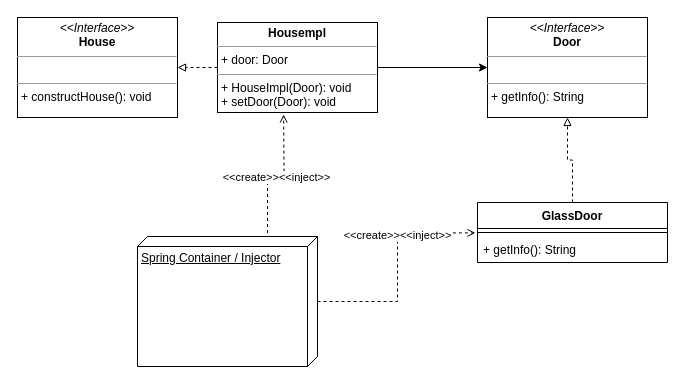
The draw.io diagram src/main/resources/uml/ClassDiagram.drawio in jayanigerine/dependency-injection, before the edit. Source tidied: cells renumbered, new cells numbered last; positions are measured from the earlier drawing's top-left corner, leaving out a move shared by most shapes. Both pictures are drawn from the tidied source at 100%, with x=0, y=0 at pixel (17, 17).
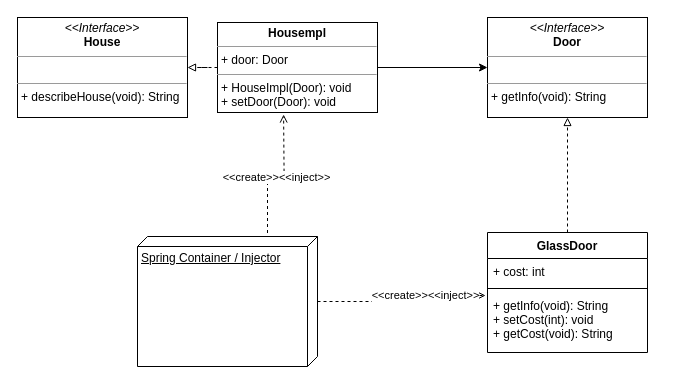
The same diagram, later.

Diff of the diagram source:
```diff
@@
 <mxGraphModel>
   <root>
     <mxCell id="0" />
     <mxCell id="1" parent="0" />
     <mxCell id="2" style="edgeStyle=orthogonalEdgeStyle;rounded=0;jettySize=auto;html=1;entryX=1;entryY=0.5;entryDx=0;entryDy=0;dashed=1;startArrow=none;startFill=0;endArrow=block;endFill=0;" parent="1" edge="1" source="4" target="6">
       <mxGeometry relative="1" as="geometry" />
     </mxCell>
     <mxCell id="3" style="edgeStyle=orthogonalEdgeStyle;rounded=0;jettySize=auto;html=1;entryX=0;entryY=0.5;entryDx=0;entryDy=0;startArrow=none;startFill=0;endArrow=classic;endFill=1;" parent="1" edge="1" source="4" target="5">
       <mxGeometry relative="1" as="geometry" />
     </mxCell>
     <mxCell id="4" value="&lt;p style=&quot;margin: 4px 0px 0px ; text-align: center&quot;&gt;&lt;b&gt;&lt;font style=&quot;font-size: 12px&quot;&gt;Housempl&lt;/font&gt;&lt;/b&gt;&lt;/p&gt;&lt;hr size=&quot;1&quot;&gt;&lt;p style=&quot;margin: 0px 0px 0px 4px&quot;&gt;&lt;font style=&quot;font-size: 12px&quot;&gt;+ door: Door&lt;/font&gt;&lt;/p&gt;&lt;hr size=&quot;1&quot;&gt;&lt;p style=&quot;margin: 0px 0px 0px 4px&quot;&gt;&lt;font style=&quot;font-size: 12px&quot;&gt;+&amp;nbsp;&lt;span style=&quot;background-color: rgb(255 , 255 , 255)&quot;&gt;HouseImpl&lt;/span&gt;&lt;span&gt;(Door): void&lt;/span&gt;&lt;/font&gt;&lt;/p&gt;&lt;p style=&quot;margin: 0px 0px 0px 4px&quot;&gt;&lt;font style=&quot;font-size: 12px&quot;&gt;+&amp;nbsp;&lt;span style=&quot;background-color: rgb(255 , 255 , 255)&quot;&gt;setDoor(Door): void&lt;/span&gt;&lt;/font&gt;&lt;/p&gt;" style="verticalAlign=top;align=left;overflow=fill;fontSize=12;fontFamily=Helvetica;html=1;" parent="1" vertex="1">
       <mxGeometry x="200" y="5" width="160" height="90" as="geometry" />
     </mxCell>
-    <mxCell id="5" value="&lt;p style=&quot;margin: 0px ; margin-top: 4px ; text-align: center&quot;&gt;&lt;i&gt;&amp;lt;&amp;lt;Interface&amp;gt;&amp;gt;&lt;/i&gt;&lt;br&gt;&lt;b&gt;Door&lt;/b&gt;&lt;/p&gt;&lt;hr size=&quot;1&quot;&gt;&lt;p style=&quot;margin: 0px ; margin-left: 4px&quot;&gt;&lt;br&gt;&lt;/p&gt;&lt;hr size=&quot;1&quot;&gt;&lt;p style=&quot;margin: 0px ; margin-left: 4px&quot;&gt;+ getInfo(): String&lt;br&gt;&lt;/p&gt;" style="verticalAlign=top;align=left;overflow=fill;fontSize=12;fontFamily=Helvetica;html=1;" parent="1" vertex="1">
+    <mxCell id="5" value="&lt;p style=&quot;margin: 0px ; margin-top: 4px ; text-align: center&quot;&gt;&lt;i&gt;&amp;lt;&amp;lt;Interface&amp;gt;&amp;gt;&lt;/i&gt;&lt;br&gt;&lt;b&gt;Door&lt;/b&gt;&lt;/p&gt;&lt;hr size=&quot;1&quot;&gt;&lt;p style=&quot;margin: 0px ; margin-left: 4px&quot;&gt;&lt;br&gt;&lt;/p&gt;&lt;hr size=&quot;1&quot;&gt;&lt;p style=&quot;margin: 0px ; margin-left: 4px&quot;&gt;+ getInfo(void): String&lt;br&gt;&lt;/p&gt;" style="verticalAlign=top;align=left;overflow=fill;fontSize=12;fontFamily=Helvetica;html=1;" parent="1" vertex="1">
       <mxGeometry x="470" width="160" height="100" as="geometry" />
     </mxCell>
-    <mxCell id="6" value="&lt;p style=&quot;margin: 0px ; margin-top: 4px ; text-align: center&quot;&gt;&lt;i&gt;&amp;lt;&amp;lt;Interface&amp;gt;&amp;gt;&lt;/i&gt;&lt;br&gt;&lt;b&gt;House&lt;/b&gt;&lt;/p&gt;&lt;hr size=&quot;1&quot;&gt;&lt;p style=&quot;margin: 0px ; margin-left: 4px&quot;&gt;&lt;br&gt;&lt;/p&gt;&lt;hr size=&quot;1&quot;&gt;&lt;p style=&quot;margin: 0px ; margin-left: 4px&quot;&gt;+ constructHouse(): void&lt;br&gt;&lt;/p&gt;" style="verticalAlign=top;align=left;overflow=fill;fontSize=12;fontFamily=Helvetica;html=1;" parent="1" vertex="1">
-      <mxGeometry width="160" height="100" as="geometry" />
+    <mxCell id="6" value="&lt;p style=&quot;margin: 0px ; margin-top: 4px ; text-align: center&quot;&gt;&lt;i&gt;&amp;lt;&amp;lt;Interface&amp;gt;&amp;gt;&lt;/i&gt;&lt;br&gt;&lt;b&gt;House&lt;/b&gt;&lt;/p&gt;&lt;hr size=&quot;1&quot;&gt;&lt;p style=&quot;margin: 0px ; margin-left: 4px&quot;&gt;&lt;br&gt;&lt;/p&gt;&lt;hr size=&quot;1&quot;&gt;&lt;p style=&quot;margin: 0px ; margin-left: 4px&quot;&gt;+ describeHouse(void): String&lt;br&gt;&lt;/p&gt;" style="verticalAlign=top;align=left;overflow=fill;fontSize=12;fontFamily=Helvetica;html=1;" parent="1" vertex="1">
+      <mxGeometry width="170" height="100" as="geometry" />
     </mxCell>
-    <mxCell id="7" style="edgeStyle=orthogonalEdgeStyle;rounded=0;jettySize=auto;html=1;entryX=0.5;entryY=1;entryDx=0;entryDy=0;endArrow=block;endFill=0;dashed=1;" parent="1" edge="1" source="8" target="5">
+    <mxCell id="7" style="edgeStyle=orthogonalEdgeStyle;rounded=0;jettySize=auto;html=1;entryX=0.5;entryY=1;entryDx=0;entryDy=0;endArrow=block;endFill=0;dashed=1;exitX=0.5;exitY=0;exitDx=0;exitDy=0;" parent="1" edge="1" source="8" target="5">
       <mxGeometry relative="1" as="geometry" />
     </mxCell>
-    <mxCell id="8" value="GlassDoor" style="swimlane;fontStyle=1;align=center;verticalAlign=top;horizontal=1;startSize=26;" parent="1" vertex="1">
-      <mxGeometry x="460" y="185" width="190" height="60" as="geometry" />
-    </mxCell>
-    <mxCell id="9" style="line;strokeWidth=1;fillColor=none;align=left;verticalAlign=middle;spacingTop=-1;spacingLeft=3;spacingRight=3;labelPosition=right;" parent="8" vertex="1">
-      <mxGeometry y="26" width="190" height="8" as="geometry" />
-    </mxCell>
-    <mxCell id="10" value="+ getInfo(): String" style="text;strokeColor=none;fillColor=none;align=left;verticalAlign=top;spacingLeft=4;spacingRight=4;overflow=hidden;points=[[0,0.5],[1,0.5]];portConstraint=eastwest;" parent="8" vertex="1">
-      <mxGeometry y="34" width="190" height="26" as="geometry" />
-    </mxCell>
     <mxCell id="11" style="edgeStyle=orthogonalEdgeStyle;rounded=0;orthogonalLoop=1;jettySize=auto;html=1;entryX=0.413;entryY=1.022;entryDx=0;entryDy=0;entryPerimeter=0;dashed=1;startArrow=none;startFill=0;endArrow=open;endFill=0;" parent="1" edge="1">
       <mxGeometry relative="1" as="geometry">
         <mxPoint x="270" y="219" as="sourcePoint" />
         <mxPoint x="266.1" y="97" as="targetPoint" />
       </mxGeometry>
     </mxCell>
     <mxCell id="12" value="&amp;lt;&amp;lt;create&amp;gt;&amp;gt;&amp;lt;&amp;lt;inject&amp;gt;&amp;gt;" style="edgeLabel;html=1;align=center;verticalAlign=middle;" parent="11" vertex="1">
       <mxGeometry x="0.17" y="-1" relative="1" as="geometry">
         <mxPoint x="-3" as="offset" />
       </mxGeometry>
     </mxCell>
-    <mxCell id="13" style="edgeStyle=orthogonalEdgeStyle;rounded=0;jettySize=auto;html=1;entryX=-0.011;entryY=-0.138;entryDx=0;entryDy=0;entryPerimeter=0;dashed=1;startArrow=none;startFill=0;endArrow=open;endFill=0;" parent="1" edge="1" source="15" target="10">
+    <mxCell id="13" style="edgeStyle=orthogonalEdgeStyle;rounded=0;jettySize=auto;html=1;entryX=-0.012;entryY=0.05;entryDx=0;entryDy=0;dashed=1;startArrow=none;startFill=0;endArrow=open;endFill=0;entryPerimeter=0;" parent="1" edge="1" source="15" target="18">
       <mxGeometry relative="1" as="geometry" />
     </mxCell>
     <mxCell id="14" value="&amp;lt;&amp;lt;create&amp;gt;&amp;gt;&amp;lt;&amp;lt;inject&amp;gt;&amp;gt;" style="edgeLabel;html=1;align=center;verticalAlign=middle;" parent="13" vertex="1">
       <mxGeometry x="0.3" y="1" relative="1" as="geometry" />
     </mxCell>
     <mxCell id="15" value="Spring Container / Injector" style="verticalAlign=top;align=left;spacingTop=8;spacingLeft=2;spacingRight=12;shape=cube;size=10;direction=south;fontStyle=4;html=1;" parent="1" vertex="1">
       <mxGeometry x="120" y="219" width="180" height="130" as="geometry" />
     </mxCell>
+    <mxCell id="8" value="GlassDoor" style="swimlane;fontStyle=1;align=center;verticalAlign=top;horizontal=1;startSize=26;" parent="1" vertex="1">
+      <mxGeometry x="470" y="215" width="160" height="120" as="geometry" />
+    </mxCell>
+    <mxCell id="16" value="+ cost: int" style="text;strokeColor=none;fillColor=none;align=left;verticalAlign=top;spacingLeft=4;spacingRight=4;overflow=hidden;" parent="8" vertex="1">
+      <mxGeometry y="26" width="160" height="26" as="geometry" />
+    </mxCell>
+    <mxCell id="17" style="line;strokeWidth=1;fillColor=none;align=left;verticalAlign=middle;spacingTop=-1;spacingLeft=3;spacingRight=3;labelPosition=right;" parent="8" vertex="1">
+      <mxGeometry y="52" width="160" height="8" as="geometry" />
+    </mxCell>
+    <mxCell id="18" value="+ getInfo(void): String&#10;+ setCost(int): void&#10;+ getCost(void): String&#10;" style="text;strokeColor=none;fillColor=none;align=left;verticalAlign=top;spacingLeft=4;spacingRight=4;overflow=hidden;points=[[0,0.5],[1,0.5]];portConstraint=eastwest;" parent="8" vertex="1">
+      <mxGeometry y="60" width="160" height="60" as="geometry" />
+    </mxCell>
   </root>
 </mxGraphModel>
```
